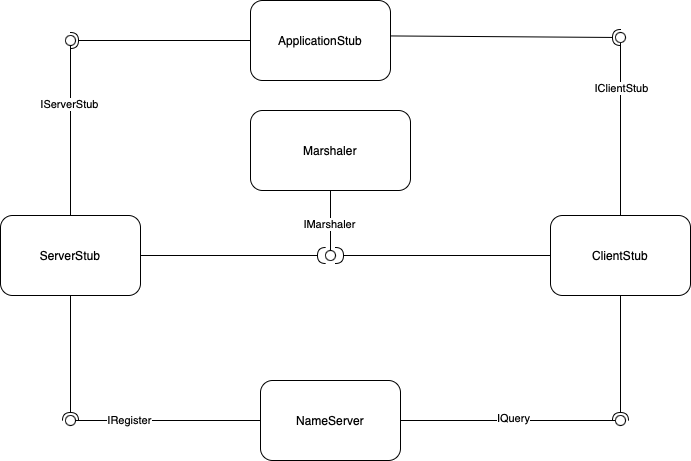
The draw.io diagram doku-middleware/MiddlewareComponent.png in PrismFox/tron-game, before a commit. Source tidied: cells renumbered, new cells last; positions are measured from the earlier drawing's top-left corner, leaving out a move shared by most shapes.
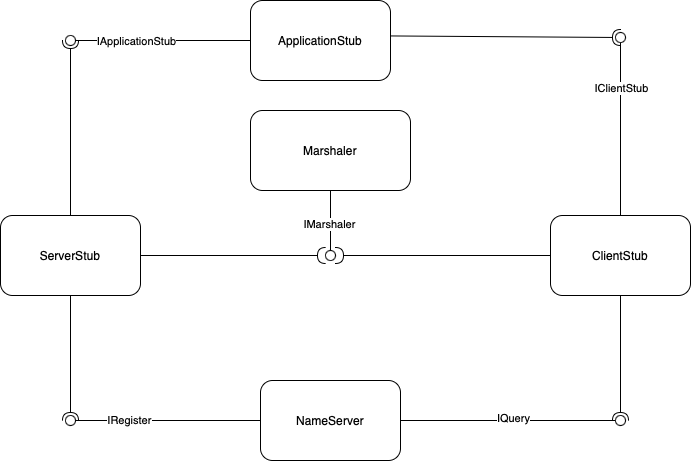
The same diagram one commit later.

Commit message:
Middlware Component Diagramm

Change to the diagram source:
```diff
@@ -68,13 +68,13 @@
     <mxCell id="23" style="ellipse;whiteSpace=wrap;html=1;align=center;points=[];outlineConnect=0;sketch=0;" parent="1" vertex="1">
       <mxGeometry x="615" y="32" width="10" height="10" as="geometry" />
     </mxCell>
-    <mxCell id="24" style="rounded=0;jettySize=auto;html=1;endArrow=none;endFill=0;sketch=0;sourcePerimeterSpacing=0;targetPerimeterSpacing=0;exitX=0.5;exitY=0;exitDx=0;exitDy=0;" parent="1" edge="1" source="3" target="27">
+    <mxCell id="24" style="rounded=0;jettySize=auto;html=1;endArrow=none;endFill=0;sketch=0;sourcePerimeterSpacing=0;targetPerimeterSpacing=0;exitX=0;exitY=0.5;exitDx=0;exitDy=0;" parent="1" edge="1" source="6" target="27">
       <mxGeometry relative="1" as="geometry" />
     </mxCell>
-    <mxCell id="25" value="IServerStub" style="edgeLabel;html=1;align=center;verticalAlign=middle;" parent="24" vertex="1">
+    <mxCell id="25" value="IApplicationStub" style="edgeLabel;html=1;align=center;verticalAlign=middle;" parent="24" vertex="1">
       <mxGeometry x="0.31" y="1" relative="1" as="geometry" />
     </mxCell>
-    <mxCell id="26" style="rounded=0;jettySize=auto;html=1;endArrow=halfCircle;endFill=0;entryX=0.5;entryY=0.5;endSize=6;strokeWidth=1;sketch=0;exitX=0;exitY=0.5;exitDx=0;exitDy=0;" parent="1" edge="1" source="6" target="27">
+    <mxCell id="26" style="rounded=0;jettySize=auto;html=1;endArrow=halfCircle;endFill=0;entryX=0.5;entryY=0.5;endSize=6;strokeWidth=1;sketch=0;exitX=0.5;exitY=0;exitDx=0;exitDy=0;" parent="1" edge="1" source="3" target="27">
       <mxGeometry relative="1" as="geometry" />
     </mxCell>
     <mxCell id="27" style="ellipse;whiteSpace=wrap;html=1;align=center;points=[];outlineConnect=0;sketch=0;" parent="1" vertex="1">
```
